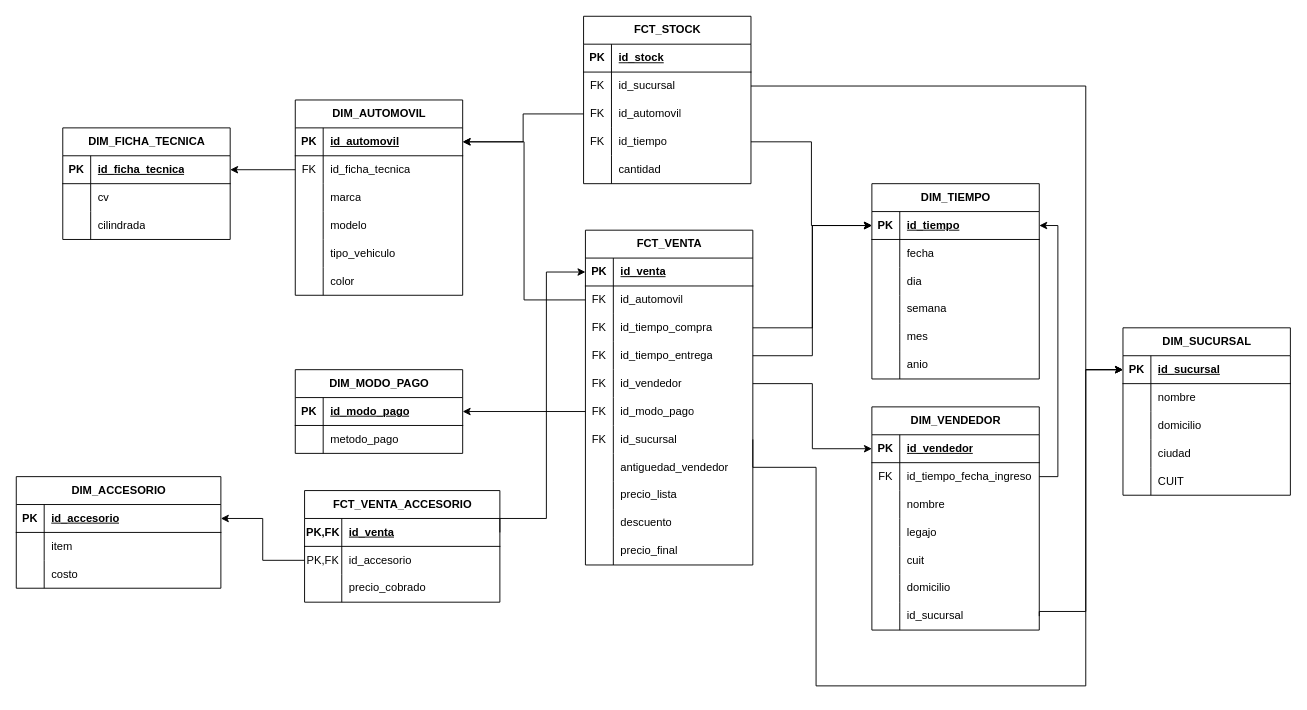
Before: Practica/Ejercicio_5/diagrama_dw_ejercicio5.drawio in Ftedp/BBDD2-TUIA, a draw.io diagram. Source tidied: cells renumbered, new cells numbered last; positions are measured from the earlier drawing's top-left corner, leaving out a move shared by most shapes. Both pictures are drawn from the tidied source at 93%, with x=0, y=0 at pixel (16, 16).
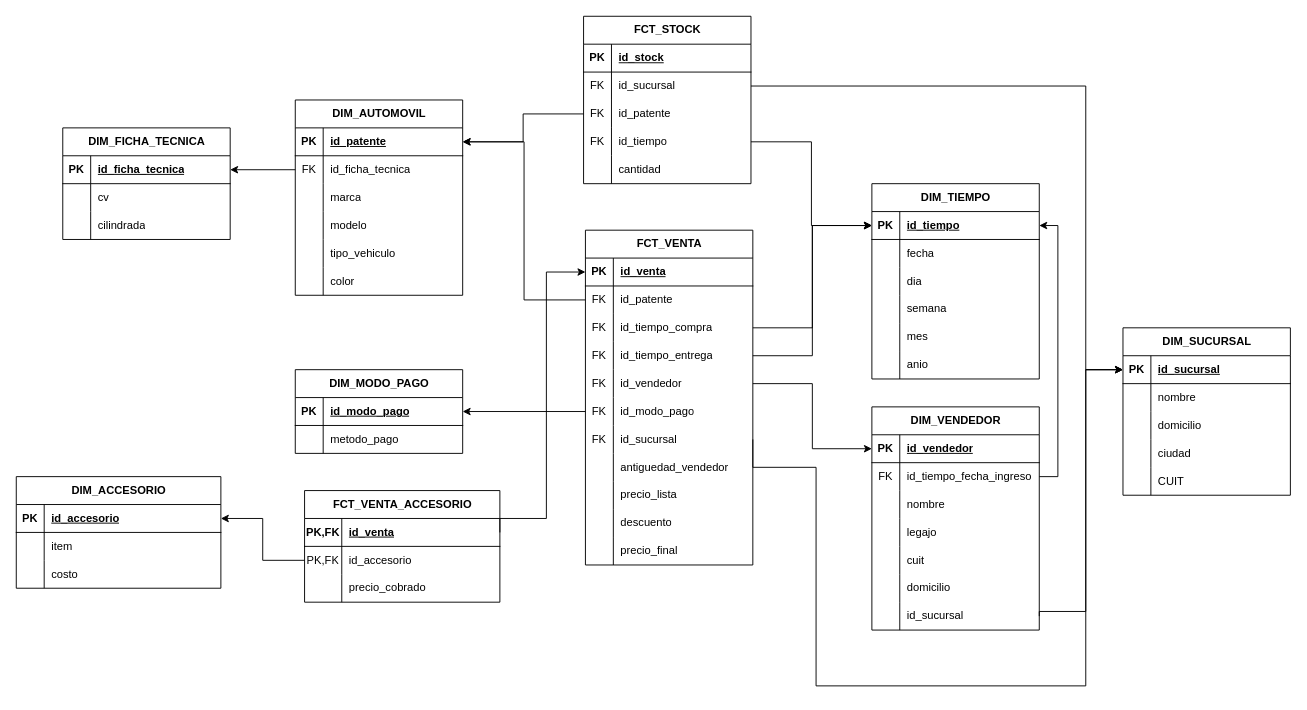
The same page after the edit.

Unchanged cells that the change refers to:
```xml
<mxCell id="3" style="shape=tableRow;horizontal=0;startSize=0;swimlaneHead=0;swimlaneBody=0;fillColor=none;points=[[0,0.5],[1,0.5]];portConstraint=eastwest;top=0;left=0;right=0;bottom=1;" parent="2" vertex="1">
  <mxGeometry y="30" width="180" height="30" as="geometry" />
</mxCell>
<mxCell id="25" style="shape=tableRow;horizontal=0;startSize=0;swimlaneHead=0;swimlaneBody=0;fillColor=none;points=[[0,0.5],[1,0.5]];portConstraint=eastwest;top=0;left=0;right=0;bottom=0;" parent="21" vertex="1">
  <mxGeometry y="60" width="180" height="30" as="geometry" />
</mxCell>
<mxCell id="117" style="shape=tableRow;horizontal=0;startSize=0;swimlaneHead=0;swimlaneBody=0;fillColor=none;points=[[0,0.5],[1,0.5]];portConstraint=eastwest;top=0;left=0;right=0;bottom=0;" parent="110" vertex="1">
  <mxGeometry y="90" width="180" height="30" as="geometry" />
</mxCell>
```

The edit, as a diff of the source:
```diff
@@
-    <mxCell id="5" value="id_automovil" style="shape=partialRectangle;fillColor=none;top=0;left=0;bottom=0;right=0;align=left;spacingLeft=6;fontStyle=5;overflow=hidden;whiteSpace=wrap;html=1;" parent="3" vertex="1">
+    <mxCell id="5" value="id_patente" style="shape=partialRectangle;fillColor=none;top=0;left=0;bottom=0;right=0;align=left;spacingLeft=6;fontStyle=5;overflow=hidden;whiteSpace=wrap;html=1;" parent="3" vertex="1">
       <mxGeometry x="30" width="150" height="30" as="geometry" />
     </mxCell>
@@
-    <mxCell id="27" value="id_automovil" style="shape=partialRectangle;fillColor=none;top=0;left=0;bottom=0;right=0;align=left;spacingLeft=6;overflow=hidden;whiteSpace=wrap;html=1;" parent="25" vertex="1">
+    <mxCell id="27" value="id_patente" style="shape=partialRectangle;fillColor=none;top=0;left=0;bottom=0;right=0;align=left;spacingLeft=6;overflow=hidden;whiteSpace=wrap;html=1;" parent="25" vertex="1">
       <mxGeometry x="30" width="150" height="30" as="geometry" />
     </mxCell>
@@
-    <mxCell id="119" value="id_automovil" style="shape=partialRectangle;fillColor=none;top=0;left=0;bottom=0;right=0;align=left;spacingLeft=6;overflow=hidden;whiteSpace=wrap;html=1;" parent="117" vertex="1">
+    <mxCell id="119" value="id_patente" style="shape=partialRectangle;fillColor=none;top=0;left=0;bottom=0;right=0;align=left;spacingLeft=6;overflow=hidden;whiteSpace=wrap;html=1;" parent="117" vertex="1">
       <mxGeometry x="30" width="150" height="30" as="geometry" />
     </mxCell>
```
